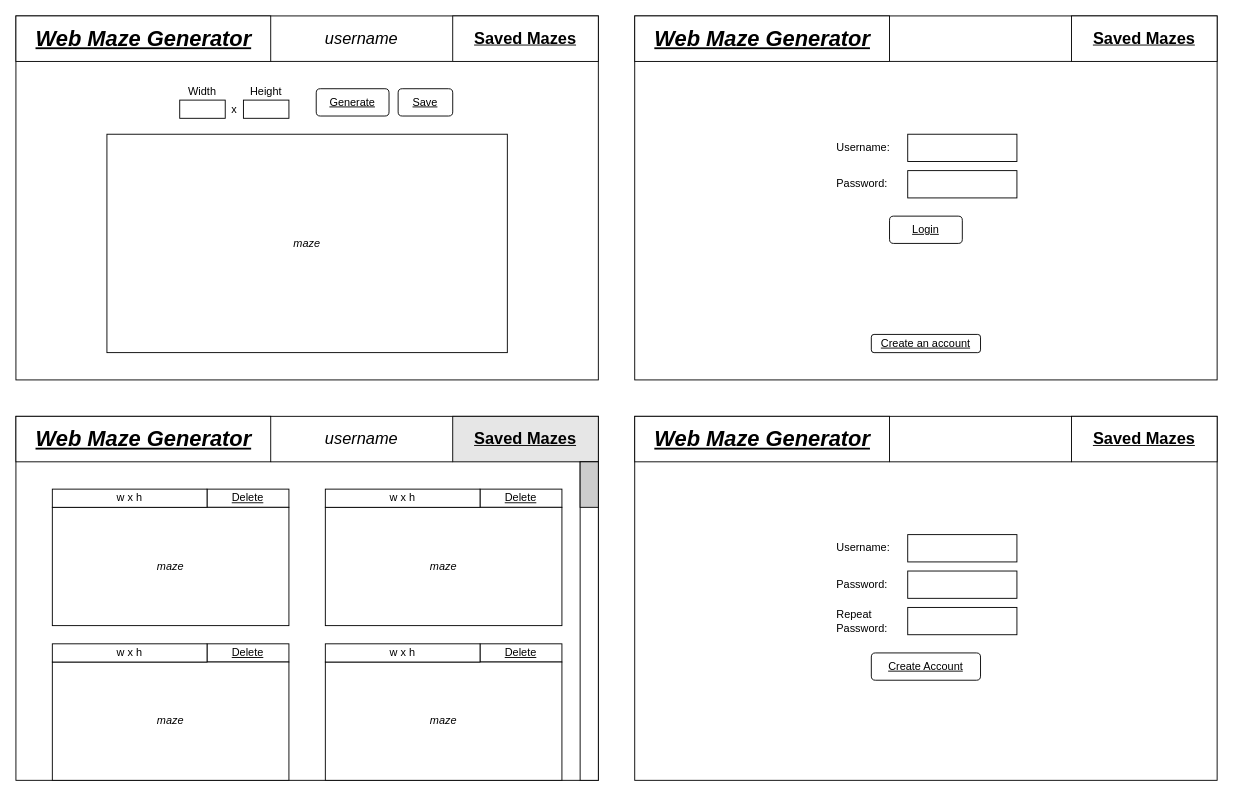
Above: layout/WebMazeGeneratorUI.drawio in mrp-v2/web-maze-generator (draw.io), before the change. Source tidied: cells renumbered, new cells numbered last; positions are measured from the earlier drawing's top-left corner, leaving out a move shared by most shapes. Both pictures are drawn from the tidied source at 91%, with x=0, y=0 at pixel (15, 15).
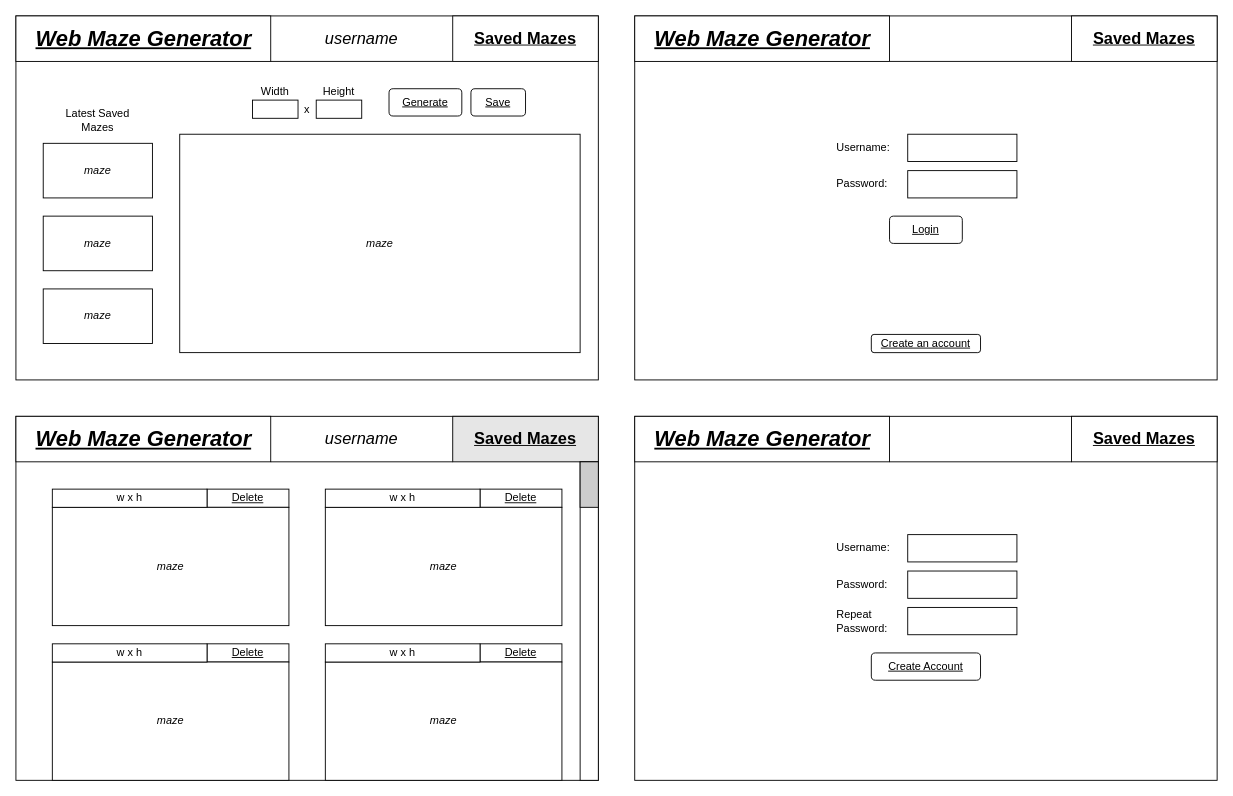
Above is the later version.

Change to the diagram source:
```diff
@@
     <mxCell id="10" style="group;" parent="1" vertex="1">
-      <mxGeometry x="180" y="72.5" width="120" height="45" as="geometry" />
+      <mxGeometry x="260" y="72.5" width="120" height="45" as="geometry" />
     </mxCell>
@@
     <mxCell id="16" value="&lt;i&gt;maze&lt;/i&gt;" style="rounded=0;whiteSpace=wrap;html=1;" parent="1" vertex="1">
-      <mxGeometry x="100" y="130" width="440" height="240" as="geometry" />
+      <mxGeometry x="180" y="130" width="440" height="240" as="geometry" />
     </mxCell>
     <mxCell id="17" style="group;" parent="1" vertex="1">
-      <mxGeometry x="330" y="80" width="150" height="30" as="geometry" />
+      <mxGeometry x="410" y="80" width="150" height="30" as="geometry" />
     </mxCell>
@@
+    <mxCell id="86" value="Latest Saved Mazes" style="text;html=1;strokeColor=none;fillColor=none;align=center;verticalAlign=middle;whiteSpace=wrap;rounded=0;" parent="1" vertex="1">
+      <mxGeometry x="40" y="100" width="100" height="30" as="geometry" />
+    </mxCell>
+    <mxCell id="87" value="&lt;i&gt;maze&lt;/i&gt;" style="rounded=0;whiteSpace=wrap;html=1;" parent="1" vertex="1">
+      <mxGeometry x="30" y="140" width="120" height="60" as="geometry" />
+    </mxCell>
+    <mxCell id="88" value="&lt;i&gt;maze&lt;/i&gt;" style="rounded=0;whiteSpace=wrap;html=1;" parent="1" vertex="1">
+      <mxGeometry x="30" y="220" width="120" height="60" as="geometry" />
+    </mxCell>
+    <mxCell id="89" value="&lt;i&gt;maze&lt;/i&gt;" style="rounded=0;whiteSpace=wrap;html=1;" parent="1" vertex="1">
+      <mxGeometry x="30" y="300" width="120" height="60" as="geometry" />
+    </mxCell>
```
